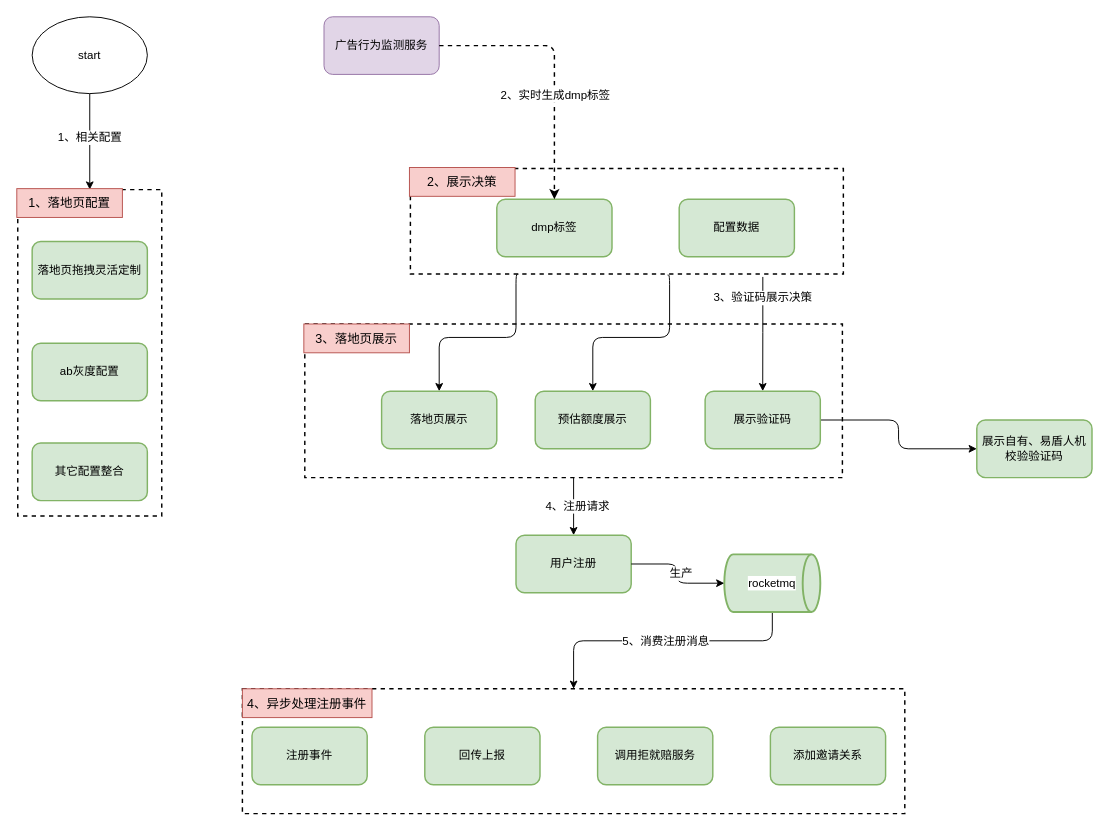
Earlier version of the draw.io diagram 落地页运行架构图.drawio (yuanlj-tea/picgo). Source tidied: cells renumbered, new cells numbered last; positions are measured from the earlier drawing's top-left corner, leaving out a move shared by most shapes. Both pictures are drawn from the tidied source at 96%, with x=0, y=0 at pixel (16, 16).
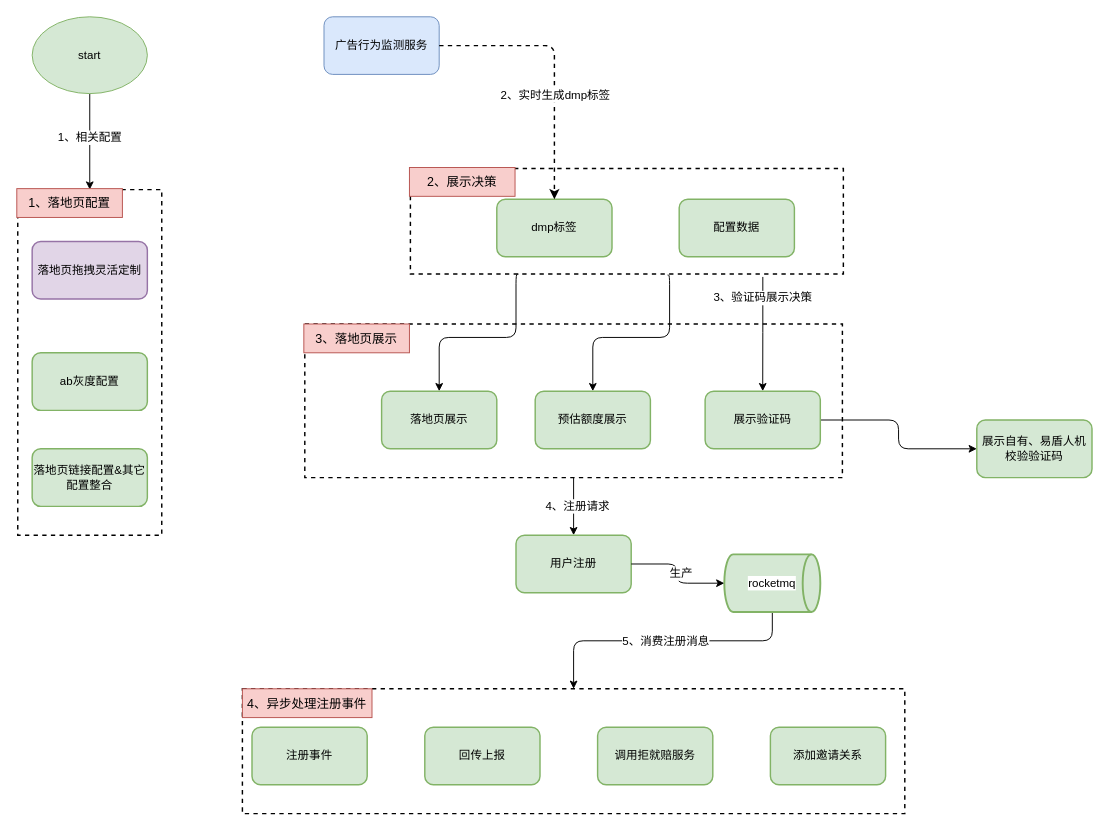
The same diagram, later.

Commit message (it also covers changes not shown here):
更新落地页运行架构图.drawio

The edit, as a diff of the source:
```diff
@@
     <mxCell id="9" style="rounded=0;whiteSpace=wrap;html=1;fillColor=none;strokeWidth=1.5;dashed=1;verticalAlign=top;" parent="1" vertex="1">
-      <mxGeometry x="1" y="180" width="150" height="340" as="geometry" />
+      <mxGeometry x="1" y="180" width="150" height="360" as="geometry" />
     </mxCell>
-    <mxCell id="10" value="落地页拖拽灵活定制" style="rounded=1;whiteSpace=wrap;html=1;strokeWidth=1.5;fillColor=#d5e8d4;strokeColor=#82b366;" parent="1" vertex="1">
+    <mxCell id="10" value="落地页拖拽灵活定制" style="rounded=1;whiteSpace=wrap;html=1;strokeWidth=1.5;fillColor=#e1d5e7;strokeColor=#9673a6;" parent="1" vertex="1">
       <mxGeometry x="16" y="234" width="120" height="60" as="geometry" />
     </mxCell>
     <mxCell id="11" value="ab灰度配置" style="rounded=1;whiteSpace=wrap;html=1;strokeWidth=1.5;fillColor=#d5e8d4;strokeColor=#82b366;" parent="1" vertex="1">
-      <mxGeometry x="16" y="340" width="120" height="60" as="geometry" />
+      <mxGeometry x="16" y="350" width="120" height="60" as="geometry" />
     </mxCell>
@@
-    <mxCell id="14" value="start" style="ellipse;whiteSpace=wrap;html=1;" parent="1" vertex="1">
+    <mxCell id="14" value="start" style="ellipse;whiteSpace=wrap;html=1;fillColor=#d5e8d4;strokeColor=#82b366;" parent="1" vertex="1">
       <mxGeometry x="16" width="120" height="80" as="geometry" />
     </mxCell>
-    <mxCell id="15" value="其它配置整合" style="rounded=1;whiteSpace=wrap;html=1;strokeWidth=1.5;fillColor=#d5e8d4;strokeColor=#82b366;" parent="1" vertex="1">
-      <mxGeometry x="16" y="444" width="120" height="60" as="geometry" />
+    <mxCell id="15" value="落地页链接配置&amp;amp;其它配置整合" style="rounded=1;whiteSpace=wrap;html=1;strokeWidth=1.5;fillColor=#d5e8d4;strokeColor=#82b366;" parent="1" vertex="1">
+      <mxGeometry x="16" y="450" width="120" height="60" as="geometry" />
     </mxCell>
@@
-    <mxCell id="18" value="广告行为监测服务" style="rounded=1;whiteSpace=wrap;html=1;fillColor=#e1d5e7;strokeColor=#9673a6;" parent="1" vertex="1">
+    <mxCell id="18" value="广告行为监测服务" style="rounded=1;whiteSpace=wrap;html=1;fillColor=#dae8fc;strokeColor=#6c8ebf;" parent="1" vertex="1">
       <mxGeometry x="320" width="120" height="60" as="geometry" />
     </mxCell>
```
